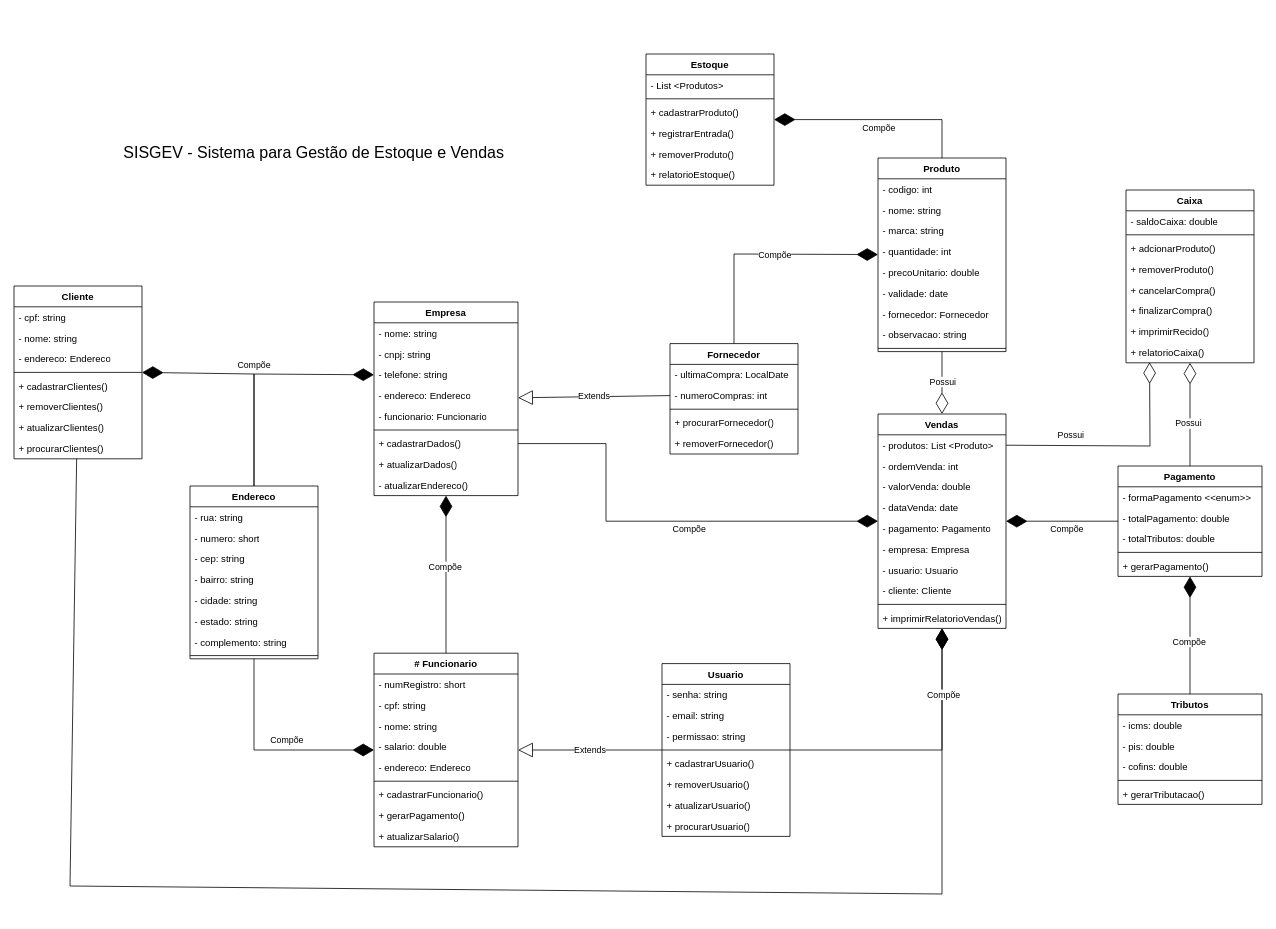
The draw.io diagram Diagrama/1.0.0/Diagrama de Classes - SISGEV.drawio in igormanoels/SISGEV, before the edit. Source tidied: cells renumbered, new cells numbered last; positions are measured from the earlier drawing's top-left corner, leaving out a move shared by most shapes. Both pictures are drawn from the tidied source at 80%, with x=0, y=0 at pixel (14, 54).
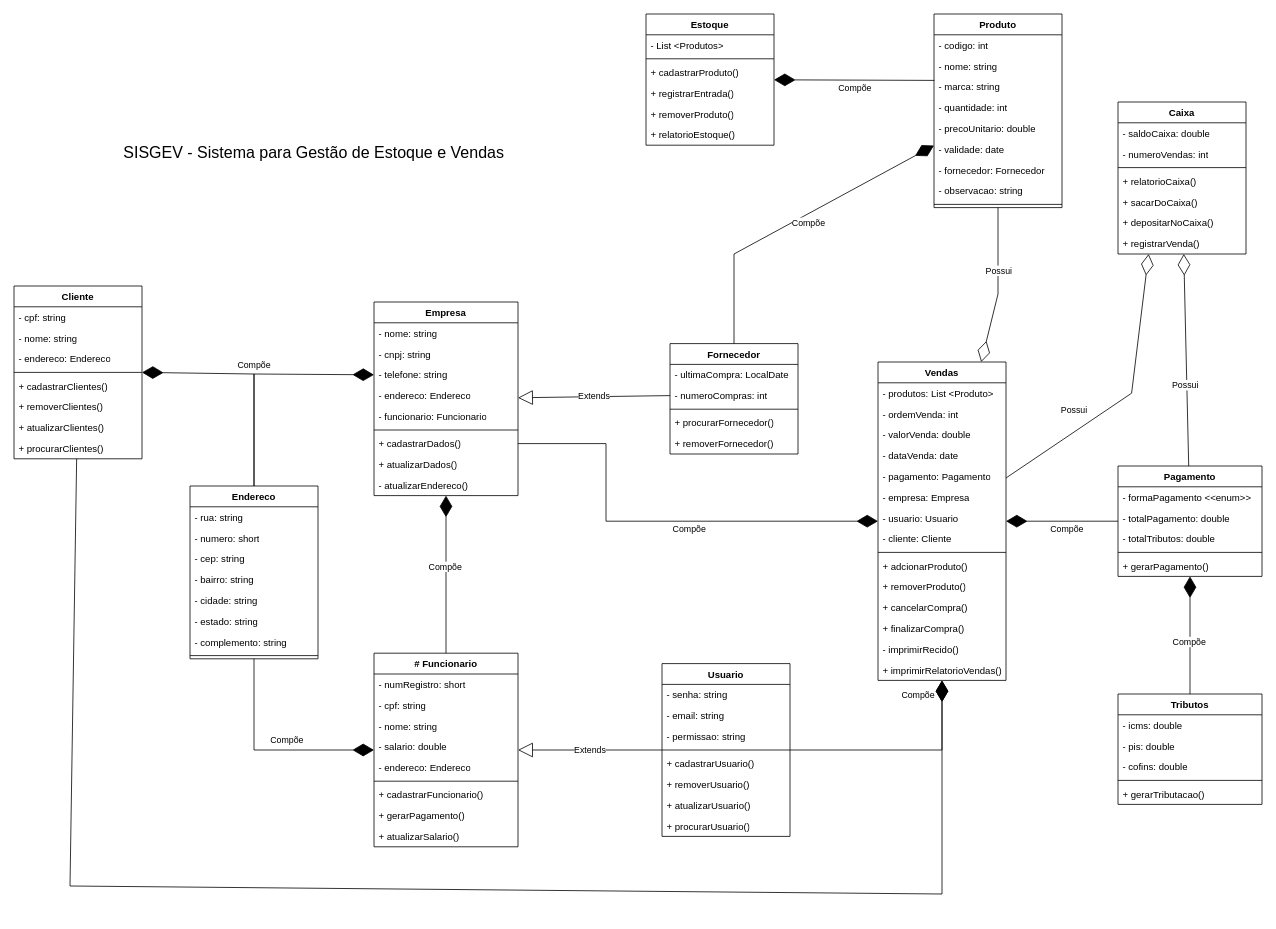
After the change.

Commit message (it also covers changes not shown here):
Continuação do desenvolvimento da classe caixa e vendas dos pacotes, com modificação no diagrama.

The change refers to these unchanged cells:
```xml
<mxCell id="5" value="- marca: string" style="text;strokeColor=none;fillColor=none;align=left;verticalAlign=top;spacingLeft=4;spacingRight=4;overflow=hidden;points=[[0,0.5],[1,0.5]];portConstraint=eastwest;whiteSpace=wrap;html=1;" parent="2" vertex="1">
  <mxGeometry y="78" width="160" height="26" as="geometry" />
</mxCell>
<mxCell id="20" value="- produtos: List &amp;lt;Produto&amp;gt;&amp;nbsp;" style="text;strokeColor=none;fillColor=none;align=left;verticalAlign=top;spacingLeft=4;spacingRight=4;overflow=hidden;points=[[0,0.5],[1,0.5]];portConstraint=eastwest;whiteSpace=wrap;html=1;" parent="19" vertex="1">
  <mxGeometry y="26" width="160" height="26" as="geometry" />
</mxCell>
```

Change to the diagram source:
```diff
@@
     <mxCell id="2" value="Produto" style="swimlane;fontStyle=1;align=center;verticalAlign=top;horizontal=1;startSize=26;whiteSpace=wrap;html=1;" parent="1" vertex="1">
-      <mxGeometry x="1080" y="130" width="160" height="242" as="geometry" />
+      <mxGeometry x="1150" y="-50" width="160" height="242" as="geometry" />
     </mxCell>
@@
     <mxCell id="12" value="Estoque" style="swimlane;fontStyle=1;align=center;verticalAlign=top;horizontal=1;startSize=26;whiteSpace=wrap;html=1;" parent="1" vertex="1">
-      <mxGeometry x="790" width="160" height="164" as="geometry" />
+      <mxGeometry x="790" y="-50" width="160" height="164" as="geometry" />
     </mxCell>
@@
     <mxCell id="19" value="Vendas" style="swimlane;fontStyle=1;align=center;verticalAlign=top;horizontal=1;startSize=26;whiteSpace=wrap;html=1;" parent="1" vertex="1">
-      <mxGeometry x="1080" y="450" width="160" height="268" as="geometry" />
+      <mxGeometry x="1080" y="385" width="160" height="398" as="geometry" />
     </mxCell>
@@
+    <mxCell id="42" value="+ adcionarProduto()" style="text;strokeColor=none;fillColor=none;align=left;verticalAlign=top;spacingLeft=4;spacingRight=4;overflow=hidden;whiteSpace=wrap;html=1;" parent="19" vertex="1">
+      <mxGeometry y="242" width="160" height="26" as="geometry" />
+    </mxCell>
+    <mxCell id="43" value="+ removerProduto()" style="text;strokeColor=none;fillColor=none;align=left;verticalAlign=top;spacingLeft=4;spacingRight=4;overflow=hidden;whiteSpace=wrap;html=1;" parent="19" vertex="1">
+      <mxGeometry y="268" width="160" height="26" as="geometry" />
+    </mxCell>
+    <mxCell id="44" value="+ cancelarCompra()" style="text;strokeColor=none;fillColor=none;align=left;verticalAlign=top;spacingLeft=4;spacingRight=4;overflow=hidden;whiteSpace=wrap;html=1;" parent="19" vertex="1">
+      <mxGeometry y="294" width="160" height="26" as="geometry" />
+    </mxCell>
+    <mxCell id="45" value="+ finalizarCompra()" style="text;strokeColor=none;fillColor=none;align=left;verticalAlign=top;spacingLeft=4;spacingRight=4;overflow=hidden;whiteSpace=wrap;html=1;" parent="19" vertex="1">
+      <mxGeometry y="320" width="160" height="26" as="geometry" />
+    </mxCell>
+    <mxCell id="46" value="- imprimirRecido()" style="text;strokeColor=none;fillColor=none;align=left;verticalAlign=top;spacingLeft=4;spacingRight=4;overflow=hidden;whiteSpace=wrap;html=1;" parent="19" vertex="1">
+      <mxGeometry y="346" width="160" height="26" as="geometry" />
+    </mxCell>
     <mxCell id="29" value="+ imprimirRelatorioVendas()" style="text;strokeColor=none;fillColor=none;align=left;verticalAlign=top;spacingLeft=4;spacingRight=4;overflow=hidden;whiteSpace=wrap;html=1;" parent="19" vertex="1">
-      <mxGeometry y="242" width="160" height="26" as="geometry" />
+      <mxGeometry y="372" width="160" height="26" as="geometry" />
     </mxCell>
@@
     <mxCell id="39" value="Caixa" style="swimlane;fontStyle=1;align=center;verticalAlign=top;horizontal=1;startSize=26;whiteSpace=wrap;html=1;" parent="1" vertex="1">
-      <mxGeometry x="1390" y="170" width="160" height="216" as="geometry" />
+      <mxGeometry x="1380" y="60" width="160" height="190" as="geometry" />
     </mxCell>
@@
+    <mxCell id="135" value="- numeroVendas: int" style="text;strokeColor=none;fillColor=none;align=left;verticalAlign=top;spacingLeft=4;spacingRight=4;overflow=hidden;whiteSpace=wrap;html=1;" parent="39" vertex="1">
+      <mxGeometry y="52" width="160" height="26" as="geometry" />
+    </mxCell>
     <mxCell id="41" style="line;strokeWidth=1;fillColor=none;align=left;verticalAlign=middle;spacingTop=-1;spacingLeft=3;spacingRight=3;labelPosition=right;strokeColor=inherit;" parent="39" vertex="1">
-      <mxGeometry y="52" width="160" height="8" as="geometry" />
+      <mxGeometry y="78" width="160" height="8" as="geometry" />
     </mxCell>
-    <mxCell id="42" value="+ adcionarProduto()" style="text;strokeColor=none;fillColor=none;align=left;verticalAlign=top;spacingLeft=4;spacingRight=4;overflow=hidden;whiteSpace=wrap;html=1;" parent="39" vertex="1">
-      <mxGeometry y="60" width="160" height="26" as="geometry" />
-    </mxCell>
-    <mxCell id="43" value="+ removerProduto()" style="text;strokeColor=none;fillColor=none;align=left;verticalAlign=top;spacingLeft=4;spacingRight=4;overflow=hidden;whiteSpace=wrap;html=1;" parent="39" vertex="1">
-      <mxGeometry y="86" width="160" height="26" as="geometry" />
-    </mxCell>
-    <mxCell id="44" value="+ cancelarCompra()" style="text;strokeColor=none;fillColor=none;align=left;verticalAlign=top;spacingLeft=4;spacingRight=4;overflow=hidden;whiteSpace=wrap;html=1;" parent="39" vertex="1">
-      <mxGeometry y="112" width="160" height="26" as="geometry" />
-    </mxCell>
-    <mxCell id="45" value="+ finalizarCompra()" style="text;strokeColor=none;fillColor=none;align=left;verticalAlign=top;spacingLeft=4;spacingRight=4;overflow=hidden;whiteSpace=wrap;html=1;" parent="39" vertex="1">
-      <mxGeometry y="138" width="160" height="26" as="geometry" />
-    </mxCell>
-    <mxCell id="46" value="+ imprimirRecido()" style="text;strokeColor=none;fillColor=none;align=left;verticalAlign=top;spacingLeft=4;spacingRight=4;overflow=hidden;whiteSpace=wrap;html=1;" parent="39" vertex="1">
-      <mxGeometry y="164" width="160" height="26" as="geometry" />
-    </mxCell>
     <mxCell id="47" value="+ relatorioCaixa()" style="text;strokeColor=none;fillColor=none;align=left;verticalAlign=top;spacingLeft=4;spacingRight=4;overflow=hidden;points=[[0,0.5],[1,0.5]];portConstraint=eastwest;whiteSpace=wrap;html=1;" parent="39" vertex="1">
-      <mxGeometry y="190" width="160" height="26" as="geometry" />
+      <mxGeometry y="86" width="160" height="26" as="geometry" />
     </mxCell>
+    <mxCell id="136" value="+ sacarDoCaixa&lt;span style=&quot;background-color: initial;&quot;&gt;()&lt;/span&gt;" style="text;strokeColor=none;fillColor=none;align=left;verticalAlign=top;spacingLeft=4;spacingRight=4;overflow=hidden;whiteSpace=wrap;html=1;" parent="39" vertex="1">
+      <mxGeometry y="112" width="160" height="26" as="geometry" />
+    </mxCell>
+    <mxCell id="137" value="+ depositarNoCaixa()" style="text;strokeColor=none;fillColor=none;align=left;verticalAlign=top;spacingLeft=4;spacingRight=4;overflow=hidden;whiteSpace=wrap;html=1;" parent="39" vertex="1">
+      <mxGeometry y="138" width="160" height="26" as="geometry" />
+    </mxCell>
+    <mxCell id="138" value="+ registrarVenda()" style="text;strokeColor=none;fillColor=none;align=left;verticalAlign=top;spacingLeft=4;spacingRight=4;overflow=hidden;whiteSpace=wrap;html=1;" parent="39" vertex="1">
+      <mxGeometry y="164" width="160" height="26" as="geometry" />
+    </mxCell>
@@
-    <mxCell id="117" style="endArrow=diamondThin;endFill=1;endSize=24;html=1;rounded=0;" parent="1" edge="1" source="2" target="12">
-      <mxGeometry relative="1" as="geometry">
-        <Array as="points">
-          <mxPoint x="1160" y="82" />
-        </Array>
-      </mxGeometry>
+    <mxCell id="117" style="endArrow=diamondThin;endFill=1;endSize=24;html=1;rounded=0;exitX=0.003;exitY=0.192;exitDx=0;exitDy=0;exitPerimeter=0;" parent="1" edge="1" source="5" target="12">
+      <mxGeometry relative="1" as="geometry" />
     </mxCell>
@@
     <mxCell id="119" style="endArrow=diamondThin;endFill=0;endSize=24;html=1;rounded=0;" parent="1" edge="1" source="2" target="19">
-      <mxGeometry relative="1" as="geometry" />
+      <mxGeometry relative="1" as="geometry">
+        <Array as="points">
+          <mxPoint x="1230" y="300" />
+        </Array>
+      </mxGeometry>
     </mxCell>
@@
-    <mxCell id="133" style="endArrow=diamondThin;endFill=0;endSize=24;html=1;rounded=0;exitX=1;exitY=0.5;exitDx=0;exitDy=0;entryX=0.184;entryY=0.974;entryDx=0;entryDy=0;entryPerimeter=0;" parent="1" edge="1" source="20" target="47">
+    <mxCell id="133" style="endArrow=diamondThin;endFill=0;endSize=24;html=1;rounded=0;" parent="1" edge="1" source="19">
       <mxGeometry relative="1" as="geometry">
+        <mxPoint x="1418.3" y="250" as="targetPoint" />
         <Array as="points">
-          <mxPoint x="1420" y="490" />
+          <mxPoint x="1397" y="424" />
         </Array>
       </mxGeometry>
     </mxCell>
```
